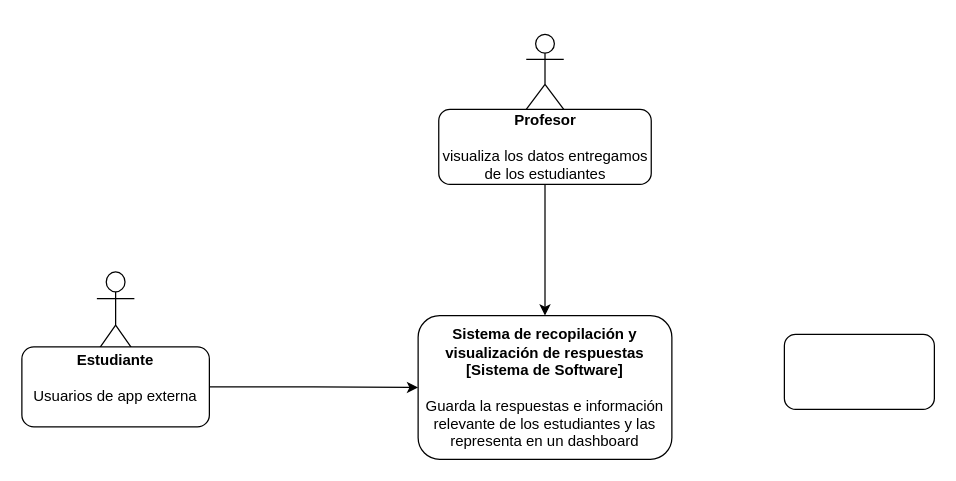
This is page "C1" (3 of 7) of diagramas.drawio from sanhue903/API-memoria, a draw.io file, before an edit. Source tidied: cells renumbered, new cells numbered last; positions are measured from the earlier drawing's top-left corner, leaving out a move shared by most shapes. Both pictures are drawn from the tidied source at 125%, with x=0, y=0 at pixel (21, 34).
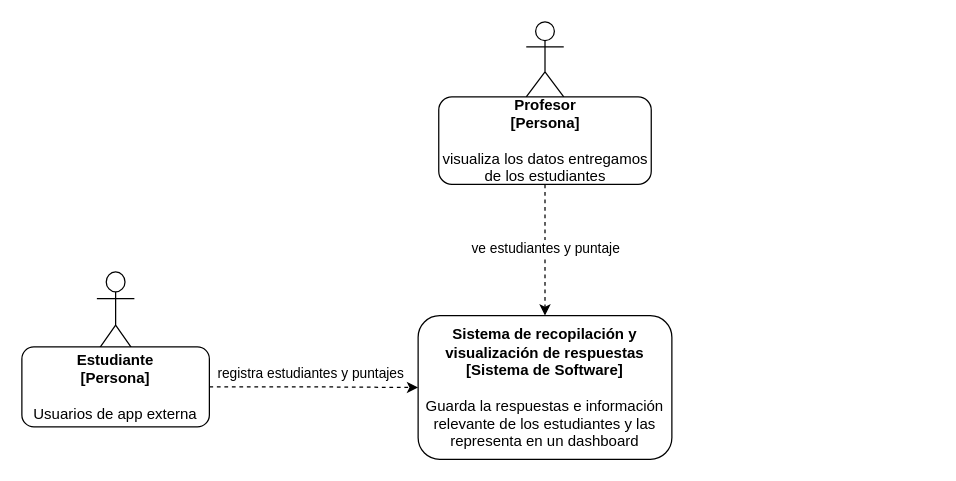
Above is the later version.

What changed in the source:
```diff
@@
 <mxGraphModel>
   <root>
     <mxCell id="0" />
     <mxCell id="1" parent="0" />
     <mxCell id="2" style="shape=umlActor;verticalLabelPosition=bottom;verticalAlign=top;html=1;" parent="1" vertex="1">
-      <mxGeometry x="403.5" width="30" height="60" as="geometry" />
+      <mxGeometry x="403.5" y="-10" width="30" height="60" as="geometry" />
     </mxCell>
     <mxCell id="3" value="&lt;div&gt;&lt;br&gt;&lt;/div&gt;" style="shape=umlActor;verticalLabelPosition=bottom;verticalAlign=top;html=1;" parent="1" vertex="1">
       <mxGeometry x="60" y="190" width="30" height="64" as="geometry" />
     </mxCell>
     <mxCell id="4" value="&lt;b&gt;Sistema de recopilación y visualización de respuestas&lt;/b&gt;&lt;div&gt;&lt;b&gt;[Sistema de Software]&lt;/b&gt;&lt;/div&gt;&lt;div&gt;&lt;b&gt;&lt;br&gt;&lt;/b&gt;&lt;/div&gt;&lt;div&gt;Guarda la respuestas e información relevante de los estudiantes y las representa en un dashboard&lt;/div&gt;" style="rounded=1;whiteSpace=wrap;html=1;" parent="1" vertex="1">
       <mxGeometry x="317" y="225" width="203" height="115" as="geometry" />
     </mxCell>
-    <mxCell id="5" style="rounded=1;whiteSpace=wrap;html=1;" parent="1" vertex="1">
-      <mxGeometry x="610" y="240" width="120" height="60" as="geometry" />
-    </mxCell>
-    <mxCell id="6" style="edgeStyle=orthogonalEdgeStyle;rounded=0;jettySize=auto;html=1;entryX=0;entryY=0.5;entryDx=0;entryDy=0;" parent="1" edge="1" source="7" target="4">
+    <mxCell id="6" style="edgeStyle=orthogonalEdgeStyle;rounded=0;jettySize=auto;html=1;entryX=0;entryY=0.5;entryDx=0;entryDy=0;dashed=1;" parent="1" edge="1" source="7" target="4">
       <mxGeometry relative="1" as="geometry" />
     </mxCell>
+    <mxCell id="10" value="registra estudiantes y puntajes" style="edgeLabel;html=1;align=center;verticalAlign=middle;" parent="6" vertex="1">
+      <mxGeometry x="-0.33" y="3" relative="1" as="geometry">
+        <mxPoint x="24" y="-9" as="offset" />
+      </mxGeometry>
+    </mxCell>
-    <mxCell id="7" value="&lt;b&gt;Estudiante&lt;/b&gt;&lt;div&gt;&lt;br&gt;&lt;/div&gt;&lt;div&gt;Usuarios de app externa&lt;/div&gt;&lt;div&gt;&lt;br&gt;&lt;/div&gt;" style="rounded=1;whiteSpace=wrap;html=1;" parent="1" vertex="1">
+    <mxCell id="7" value="&lt;b&gt;Estudiante&lt;/b&gt;&lt;div&gt;&lt;b&gt;[Persona]&lt;br&gt;&lt;/b&gt;&lt;div&gt;&lt;br&gt;&lt;/div&gt;&lt;div&gt;Usuarios de app externa&lt;/div&gt;&lt;/div&gt;" style="rounded=1;whiteSpace=wrap;html=1;" parent="1" vertex="1">
       <mxGeometry y="250" width="150" height="64" as="geometry" />
     </mxCell>
-    <mxCell id="8" style="edgeStyle=orthogonalEdgeStyle;rounded=0;jettySize=auto;html=1;exitX=0.5;exitY=1;exitDx=0;exitDy=0;entryX=0.5;entryY=0;entryDx=0;entryDy=0;" parent="1" edge="1" source="9" target="4">
+    <mxCell id="8" style="edgeStyle=orthogonalEdgeStyle;rounded=0;jettySize=auto;html=1;exitX=0.5;exitY=1;exitDx=0;exitDy=0;entryX=0.5;entryY=0;entryDx=0;entryDy=0;dashed=1;" parent="1" edge="1" source="9" target="4">
       <mxGeometry relative="1" as="geometry" />
     </mxCell>
+    <mxCell id="11" value="ve estudiantes y puntaje" style="edgeLabel;html=1;align=center;verticalAlign=middle;" parent="8" vertex="1">
+      <mxGeometry x="0.07" y="2" relative="1" as="geometry">
+        <mxPoint x="-2" y="-6" as="offset" />
+      </mxGeometry>
+    </mxCell>
-    <mxCell id="9" value="&lt;b&gt;Profesor&lt;/b&gt;&lt;br&gt;&lt;div&gt;&lt;br&gt;&lt;/div&gt;&lt;div&gt;visualiza los datos entregamos de los estudiantes&lt;/div&gt;" style="rounded=1;whiteSpace=wrap;html=1;" parent="1" vertex="1">
-      <mxGeometry x="333.5" y="60" width="170" height="60" as="geometry" />
+    <mxCell id="9" value="&lt;b&gt;Profesor&lt;/b&gt;&lt;div&gt;&lt;b&gt;[Persona]&lt;br&gt;&lt;/b&gt;&lt;div&gt;&lt;br&gt;&lt;/div&gt;&lt;div&gt;visualiza los datos entregamos de los estudiantes&lt;/div&gt;&lt;/div&gt;" style="rounded=1;whiteSpace=wrap;html=1;" parent="1" vertex="1">
+      <mxGeometry x="333.5" y="50" width="170" height="70" as="geometry" />
     </mxCell>
   </root>
 </mxGraphModel>
```
